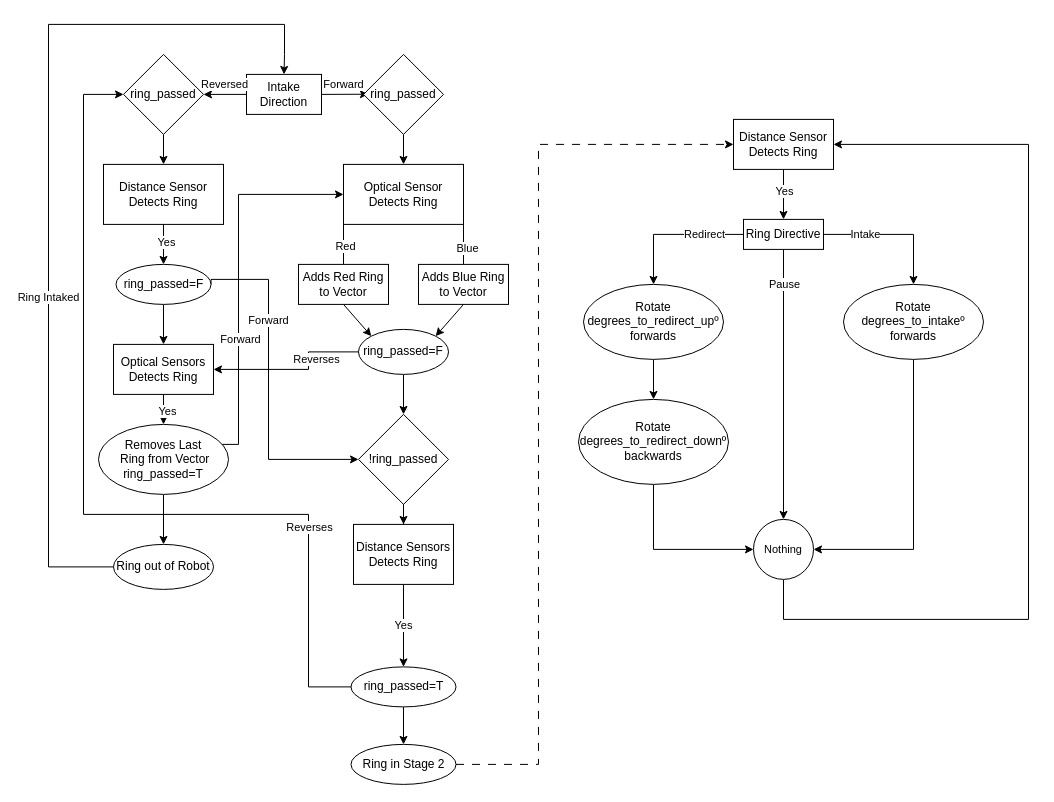
Lunar-Eclipse255/Robotics-Flowcharts keeps this draw.io diagram as Flowcharts/intake.drawio. Above is the earlier version. Source tidied: cells renumbered, new cells numbered last; positions are measured from the earlier drawing's top-left corner, leaving out a move shared by most shapes. Both pictures are drawn from the tidied source at 100%, with x=0, y=0 at pixel (48, 24).
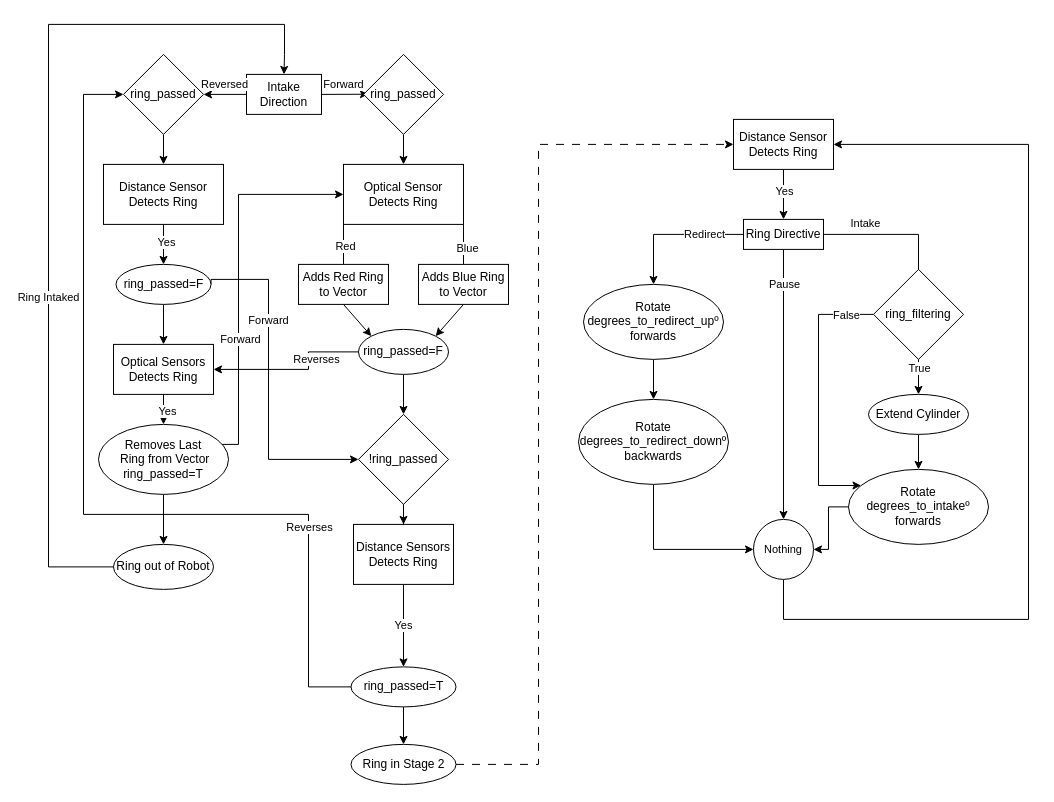
After the change.

Unchanged cells that the change refers to:
```xml
<mxCell id="60" value="Ring Directive" style="rounded=0;whiteSpace=wrap;html=1;" parent="1" vertex="1">
  <mxGeometry x="695" y="194.9" width="80" height="30" as="geometry" />
</mxCell>
<mxCell id="68" value="Nothing" style="ellipse;whiteSpace=wrap;html=1;fontFamily=Helvetica;fontSize=11;fontColor=default;labelBackgroundColor=default;" parent="1" vertex="1">
  <mxGeometry x="705" y="494.9" width="60" height="60" as="geometry" />
</mxCell>
```

Change to the diagram source:
```diff
@@
-    <mxCell id="56" style="edgeStyle=orthogonalEdgeStyle;shape=connector;rounded=0;jettySize=auto;html=1;entryX=0.5;entryY=0;entryDx=0;entryDy=0;strokeColor=default;align=center;verticalAlign=middle;fontFamily=Helvetica;fontSize=11;fontColor=default;labelBackgroundColor=default;endArrow=classic;" parent="1" edge="1" source="60" target="64">
+    <mxCell id="56" style="edgeStyle=orthogonalEdgeStyle;shape=connector;rounded=0;jettySize=auto;html=1;strokeColor=default;align=center;verticalAlign=middle;fontFamily=Helvetica;fontSize=11;fontColor=default;labelBackgroundColor=default;endArrow=classic;" parent="1" edge="1" source="60" target="72">
       <mxGeometry relative="1" as="geometry" />
     </mxCell>
     <mxCell id="57" value="Intake" style="edgeLabel;html=1;align=center;verticalAlign=middle;fontFamily=Helvetica;fontSize=11;fontColor=default;labelBackgroundColor=default;" parent="56" vertex="1">
       <mxGeometry x="-0.32" y="1" relative="1" as="geometry">
-        <mxPoint x="-7" y="1" as="offset" />
+        <mxPoint x="-46" y="-10" as="offset" />
       </mxGeometry>
     </mxCell>
+    <mxCell id="69" value="True" style="edgeLabel;html=1;align=center;verticalAlign=middle;" parent="56" vertex="1">
+      <mxGeometry x="0.8" relative="1" as="geometry" />
+    </mxCell>
@@
-    <mxCell id="63" style="edgeStyle=orthogonalEdgeStyle;shape=connector;rounded=0;jettySize=auto;html=1;entryX=1;entryY=0.5;entryDx=0;entryDy=0;strokeColor=default;align=center;verticalAlign=middle;fontFamily=Helvetica;fontSize=11;fontColor=default;labelBackgroundColor=default;endArrow=classic;exitX=0.5;exitY=1;exitDx=0;exitDy=0;" parent="1" edge="1" source="64" target="68">
+    <mxCell id="63" style="edgeStyle=orthogonalEdgeStyle;rounded=0;jettySize=auto;html=1;" parent="1" edge="1" source="64" target="68">
       <mxGeometry relative="1" as="geometry" />
     </mxCell>
     <mxCell id="64" value="Rotate degrees_to_intakeº forwards" style="ellipse;whiteSpace=wrap;html=1;" parent="1" vertex="1">
-      <mxGeometry x="795" y="259.9" width="140" height="75" as="geometry" />
+      <mxGeometry x="800" y="444.9" width="140" height="75" as="geometry" />
     </mxCell>
@@
+    <mxCell id="70" value="ring_filtering" style="rhombus;whiteSpace=wrap;html=1;" parent="1" vertex="1">
+      <mxGeometry x="825" y="244.9" width="90" height="90" as="geometry" />
+    </mxCell>
+    <mxCell id="71" style="edgeStyle=orthogonalEdgeStyle;rounded=0;jettySize=auto;html=1;" parent="1" edge="1" source="72" target="64">
+      <mxGeometry relative="1" as="geometry" />
+    </mxCell>
+    <mxCell id="72" value="Extend Cylinder" style="ellipse;whiteSpace=wrap;html=1;" parent="1" vertex="1">
+      <mxGeometry x="820" y="369.9" width="100" height="40" as="geometry" />
+    </mxCell>
+    <mxCell id="73" style="edgeStyle=orthogonalEdgeStyle;rounded=0;jettySize=auto;html=1;exitX=0;exitY=0.5;exitDx=0;exitDy=0;" parent="1" edge="1" source="70" target="64">
+      <mxGeometry relative="1" as="geometry">
+        <Array as="points">
+          <mxPoint x="770" y="290" />
+          <mxPoint x="770" y="461" />
+        </Array>
+      </mxGeometry>
+    </mxCell>
+    <mxCell id="74" value="False" style="edgeLabel;html=1;align=center;verticalAlign=middle;" parent="73" vertex="1">
+      <mxGeometry x="-0.79" y="1" relative="1" as="geometry" />
+    </mxCell>
```
